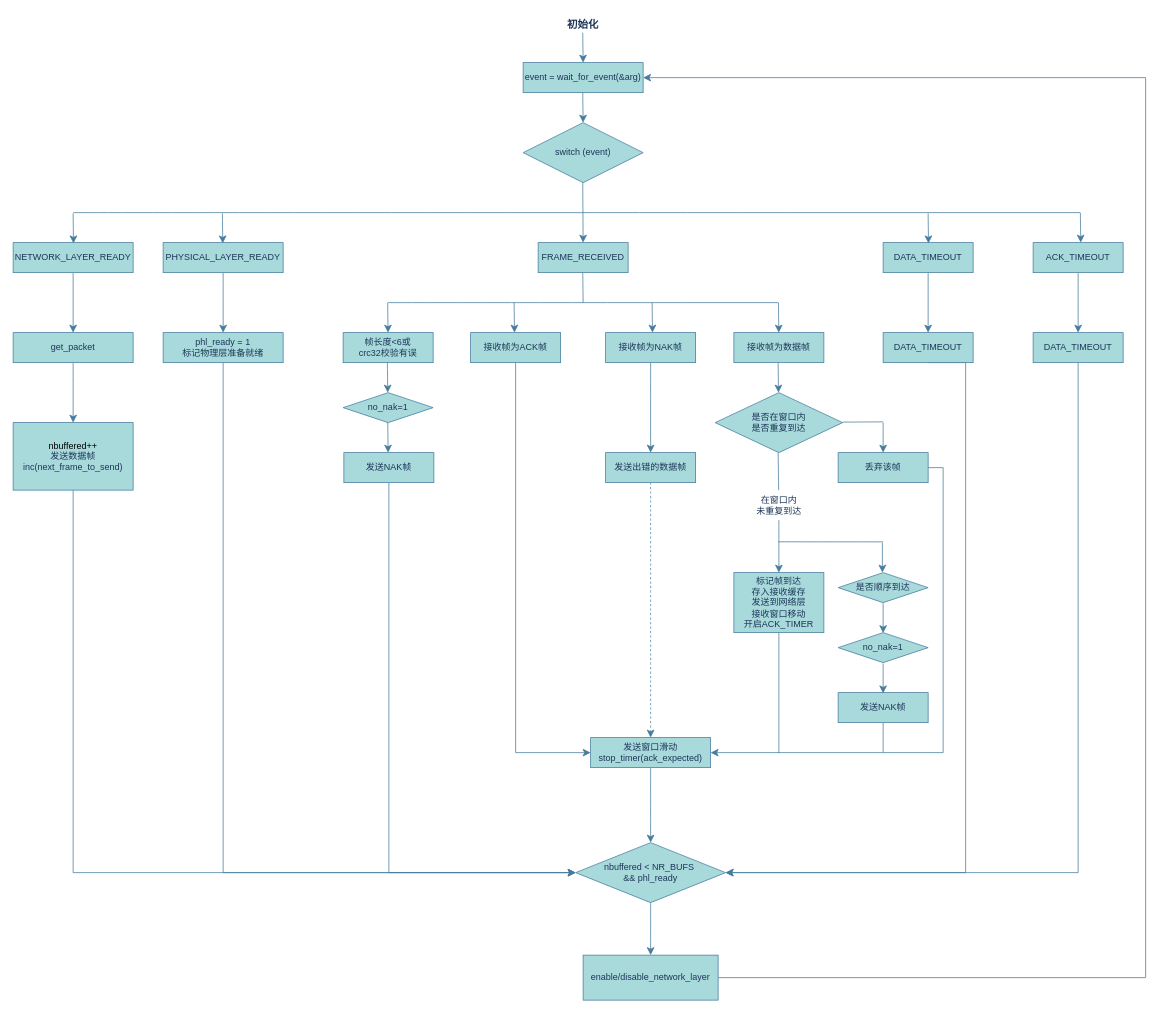
The draw.io diagram page "第 3 页" (3 of 4) of 帧结构.drawio in snssnsww7/CN-picture, before the edit. Source tidied: cells renumbered, new cells numbered last; positions are measured from the earlier drawing's top-left corner, leaving out a move shared by most shapes. Both pictures are drawn from the tidied source at 75%, with x=0, y=0 at pixel (13, 13).
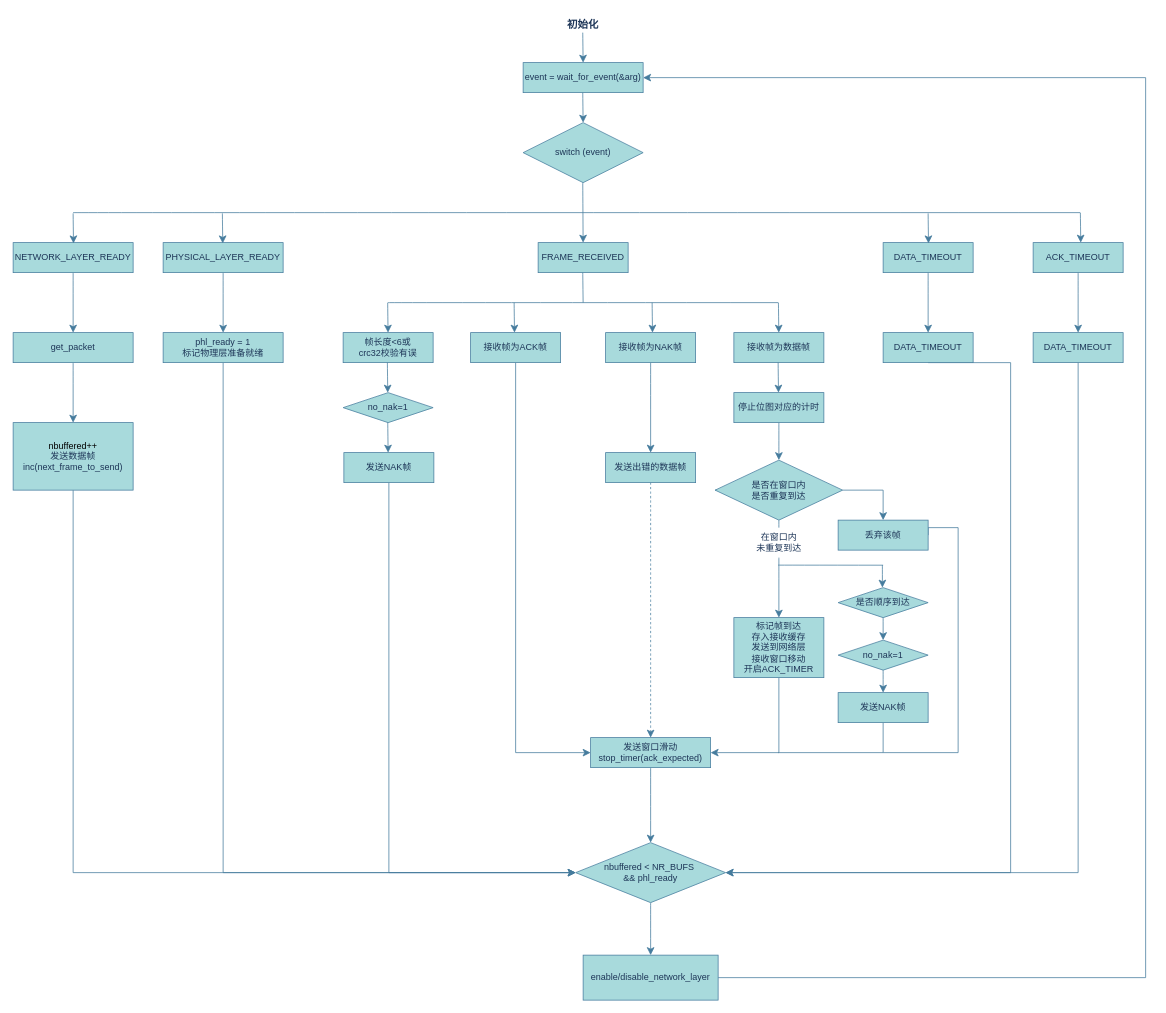
After the change.

Commit message:
更新帧结构.drawio

Unchanged cells that the change refers to:
```xml
<mxCell id="44" value="发送NAK帧" style="rounded=0;whiteSpace=wrap;html=1;labelBackgroundColor=none;fillColor=#A8DADC;strokeColor=#457B9D;fontColor=#1D3557;" parent="1" vertex="1">
  <mxGeometry x="1100" y="906" width="120" height="40" as="geometry" />
</mxCell>
<mxCell id="59" value="DATA_TIMEOUT" style="rounded=0;whiteSpace=wrap;html=1;labelBackgroundColor=none;fillColor=#A8DADC;strokeColor=#457B9D;fontColor=#1D3557;" parent="1" vertex="1">
  <mxGeometry x="1160" y="426" width="120" height="40" as="geometry" />
</mxCell>
<mxCell id="71" value="nbuffered &amp;lt; NR_BUFS&amp;nbsp;&lt;div&gt;&amp;amp;&amp;amp; phl_ready&lt;/div&gt;" style="rhombus;whiteSpace=wrap;html=1;labelBackgroundColor=none;fillColor=#A8DADC;strokeColor=#457B9D;fontColor=#1D3557;" parent="1" vertex="1">
  <mxGeometry x="750" y="1106" width="200" height="80" as="geometry" />
</mxCell>
```

Change to the diagram source:
```diff
@@
-    <mxCell id="34" value="是否在窗口内&lt;div&gt;是否重复到达&lt;/div&gt;" style="rhombus;whiteSpace=wrap;html=1;labelBackgroundColor=none;fillColor=#A8DADC;strokeColor=#457B9D;fontColor=#1D3557;" parent="1" vertex="1">
-      <mxGeometry x="936" y="506" width="170" height="80" as="geometry" />
-    </mxCell>
-    <mxCell id="35" style="endArrow=none;html=1;rounded=0;fontSize=12;startSize=8;endSize=8;curved=1;endFill=0;labelBackgroundColor=none;strokeColor=#457B9D;fontColor=default;" parent="1" edge="1" target="37">
-      <mxGeometry relative="1" as="geometry">
-        <mxPoint x="1020" y="586" as="sourcePoint" />
-      </mxGeometry>
+    <mxCell id="35" style="endArrow=none;html=1;rounded=0;fontSize=12;startSize=8;endSize=8;curved=1;endFill=0;labelBackgroundColor=none;strokeColor=#457B9D;fontColor=default;" parent="1" edge="1" source="34" target="37">
+      <mxGeometry relative="1" as="geometry" />
     </mxCell>
@@
     <mxCell id="37" value="在窗口内&lt;div&gt;未重复到达&lt;/div&gt;" style="text;html=1;whiteSpace=wrap;strokeColor=none;fillColor=none;align=center;verticalAlign=middle;rounded=0;labelBackgroundColor=none;fontColor=#1D3557;" parent="1" vertex="1">
-      <mxGeometry x="956.5" y="636" width="129" height="40" as="geometry" />
+      <mxGeometry x="956.5" y="686" width="129" height="40" as="geometry" />
     </mxCell>
-    <mxCell id="38" style="endArrow=none;html=1;rounded=0;fontSize=12;startSize=8;endSize=8;curved=1;labelBackgroundColor=none;strokeColor=#457B9D;fontColor=default;" parent="1" edge="1">
-      <mxGeometry relative="1" as="geometry">
-        <mxPoint x="1106" y="545.3" as="sourcePoint" />
-        <mxPoint x="1160" y="545" as="targetPoint" />
-      </mxGeometry>
-    </mxCell>
-    <mxCell id="39" style="endArrow=classic;html=1;rounded=0;fontSize=12;startSize=8;endSize=8;curved=1;labelBackgroundColor=none;strokeColor=#457B9D;fontColor=default;" parent="1" edge="1">
-      <mxGeometry relative="1" as="geometry">
-        <mxPoint x="1160" y="546" as="sourcePoint" />
-        <mxPoint x="1160" y="586" as="targetPoint" />
-      </mxGeometry>
-    </mxCell>
     <mxCell id="40" style="edgeStyle=orthogonalEdgeStyle;rounded=0;jettySize=auto;html=1;exitX=1;exitY=0.5;exitDx=0;exitDy=0;fontSize=12;startSize=8;endSize=8;endArrow=none;endFill=0;labelBackgroundColor=none;strokeColor=#457B9D;fontColor=default;" parent="1" edge="1" source="41">
       <mxGeometry relative="1" as="geometry">
         <mxPoint x="1160" y="986" as="targetPoint" />
         <Array as="points">
-          <mxPoint x="1240" y="606" />
-          <mxPoint x="1240" y="986" />
-          <mxPoint x="1160" y="986" />
+          <mxPoint x="1220" y="686" />
+          <mxPoint x="1260" y="686" />
+          <mxPoint x="1260" y="986" />
         </Array>
       </mxGeometry>
     </mxCell>
     <mxCell id="41" value="丢弃该帧" style="rounded=0;whiteSpace=wrap;html=1;labelBackgroundColor=none;fillColor=#A8DADC;strokeColor=#457B9D;fontColor=#1D3557;" parent="1" vertex="1">
-      <mxGeometry x="1100" y="586" width="120" height="40" as="geometry" />
+      <mxGeometry x="1100" y="676" width="120" height="40" as="geometry" />
     </mxCell>
-    <mxCell id="42" style="endArrow=classic;html=1;rounded=0;fontSize=12;startSize=8;endSize=8;curved=1;labelBackgroundColor=none;strokeColor=#457B9D;fontColor=default;" parent="1" edge="1">
-      <mxGeometry relative="1" as="geometry">
-        <mxPoint x="1160" y="786.7" as="sourcePoint" />
-        <mxPoint x="1160" y="826.7" as="targetPoint" />
-      </mxGeometry>
-    </mxCell>
@@
+    <mxCell id="76" style="edgeStyle=none;curved=1;rounded=0;jettySize=auto;html=1;exitX=0.5;exitY=1;exitDx=0;exitDy=0;entryX=0.5;entryY=0;entryDx=0;entryDy=0;strokeColor=#457B9D;fontSize=12;fontColor=#1D3557;startSize=8;endSize=8;fillColor=#A8DADC;" parent="1" edge="1" source="45" target="44">
+      <mxGeometry relative="1" as="geometry" />
+    </mxCell>
     <mxCell id="45" value="no_nak=1" style="rhombus;whiteSpace=wrap;html=1;labelBackgroundColor=none;fillColor=#A8DADC;strokeColor=#457B9D;fontColor=#1D3557;" parent="1" vertex="1">
-      <mxGeometry x="1100" y="826" width="120" height="40" as="geometry" />
+      <mxGeometry x="1100" y="836" width="120" height="40" as="geometry" />
     </mxCell>
-    <mxCell id="46" style="endArrow=classic;html=1;rounded=0;fontSize=12;startSize=8;endSize=8;curved=1;labelBackgroundColor=none;strokeColor=#457B9D;fontColor=default;" parent="1" edge="1">
-      <mxGeometry relative="1" as="geometry">
-        <mxPoint x="1160" y="867" as="sourcePoint" />
-        <mxPoint x="1160" y="907" as="targetPoint" />
-      </mxGeometry>
-    </mxCell>
+    <mxCell id="77" style="edgeStyle=none;curved=1;rounded=0;jettySize=auto;html=1;exitX=0.5;exitY=1;exitDx=0;exitDy=0;entryX=0.5;entryY=0;entryDx=0;entryDy=0;strokeColor=#457B9D;fontSize=12;fontColor=#1D3557;startSize=8;endSize=8;fillColor=#A8DADC;" parent="1" edge="1" source="47" target="45">
+      <mxGeometry relative="1" as="geometry" />
+    </mxCell>
     <mxCell id="47" value="是否顺序到达" style="rhombus;whiteSpace=wrap;html=1;labelBackgroundColor=none;fillColor=#A8DADC;strokeColor=#457B9D;fontColor=#1D3557;" parent="1" vertex="1">
-      <mxGeometry x="1100" y="746" width="120" height="40" as="geometry" />
+      <mxGeometry x="1100" y="766" width="120" height="40" as="geometry" />
     </mxCell>
@@
     <mxCell id="49" value="标记帧到达&lt;div&gt;存入接收缓存&lt;/div&gt;&lt;div&gt;发送到网络层&lt;/div&gt;&lt;div&gt;接收窗口移动&lt;/div&gt;&lt;div&gt;开启ACK_TIMER&lt;/div&gt;" style="rounded=0;whiteSpace=wrap;html=1;labelBackgroundColor=none;fillColor=#A8DADC;strokeColor=#457B9D;fontColor=#1D3557;" parent="1" vertex="1">
-      <mxGeometry x="961" y="746" width="120" height="80" as="geometry" />
+      <mxGeometry x="961" y="806" width="120" height="80" as="geometry" />
     </mxCell>
     <mxCell id="50" style="endArrow=none;html=1;rounded=0;fontSize=12;startSize=8;endSize=8;curved=1;labelBackgroundColor=none;strokeColor=#457B9D;fontColor=default;" parent="1" edge="1">
       <mxGeometry relative="1" as="geometry">
-        <mxPoint x="1020" y="704.9" as="sourcePoint" />
-        <mxPoint x="1160" y="705" as="targetPoint" />
+        <mxPoint x="1020" y="736" as="sourcePoint" />
+        <mxPoint x="1160" y="736.1" as="targetPoint" />
       </mxGeometry>
     </mxCell>
-    <mxCell id="51" style="endArrow=classic;html=1;rounded=0;fontSize=12;startSize=8;endSize=8;curved=1;labelBackgroundColor=none;strokeColor=#457B9D;fontColor=default;" parent="1" edge="1">
+    <mxCell id="51" style="endArrow=classic;html=1;rounded=0;fontSize=12;startSize=8;endSize=8;curved=1;labelBackgroundColor=none;strokeColor=#457B9D;fontColor=default;entryX=0.492;entryY=0;entryDx=0;entryDy=0;entryPerimeter=0;" parent="1" edge="1" target="47">
       <mxGeometry relative="1" as="geometry">
-        <mxPoint x="1159" y="706" as="sourcePoint" />
-        <mxPoint x="1159" y="746" as="targetPoint" />
+        <mxPoint x="1159" y="736" as="sourcePoint" />
       </mxGeometry>
     </mxCell>
@@
     <mxCell id="58" style="edgeStyle=orthogonalEdgeStyle;rounded=0;jettySize=auto;html=1;exitX=0.5;exitY=1;exitDx=0;exitDy=0;entryX=1;entryY=0.5;entryDx=0;entryDy=0;fontSize=12;startSize=8;endSize=8;labelBackgroundColor=none;strokeColor=#457B9D;fontColor=default;" parent="1" edge="1" source="59" target="71">
       <mxGeometry relative="1" as="geometry">
         <Array as="points">
-          <mxPoint x="1270" y="466" />
-          <mxPoint x="1270" y="1146" />
+          <mxPoint x="1330" y="466" />
+          <mxPoint x="1330" y="1146" />
         </Array>
       </mxGeometry>
     </mxCell>
@@
+    <mxCell id="78" style="edgeStyle=orthogonalEdgeStyle;rounded=0;jettySize=auto;html=1;exitX=1;exitY=0.5;exitDx=0;exitDy=0;entryX=0.5;entryY=0;entryDx=0;entryDy=0;strokeColor=#457B9D;fontSize=12;fontColor=#1D3557;startSize=8;endSize=8;fillColor=#A8DADC;" parent="1" edge="1" source="34" target="41">
+      <mxGeometry relative="1" as="geometry" />
+    </mxCell>
+    <mxCell id="79" style="endArrow=none;html=1;rounded=0;fontSize=12;startSize=8;endSize=8;curved=1;endFill=0;labelBackgroundColor=none;strokeColor=#457B9D;fontColor=default;" parent="1" edge="1" target="34">
+      <mxGeometry relative="1" as="geometry">
+        <mxPoint x="1020" y="636" as="sourcePoint" />
+      </mxGeometry>
+    </mxCell>
+    <mxCell id="34" value="是否在窗口内&lt;div&gt;是否重复到达&lt;/div&gt;" style="rhombus;whiteSpace=wrap;html=1;labelBackgroundColor=none;fillColor=#A8DADC;strokeColor=#457B9D;fontColor=#1D3557;" parent="1" vertex="1">
+      <mxGeometry x="936" y="596" width="170" height="80" as="geometry" />
+    </mxCell>
+    <mxCell id="80" style="edgeStyle=none;curved=1;rounded=0;jettySize=auto;html=1;exitX=0.5;exitY=1;exitDx=0;exitDy=0;entryX=0.5;entryY=0;entryDx=0;entryDy=0;strokeColor=#457B9D;fontSize=12;fontColor=#1D3557;startSize=8;endSize=8;fillColor=#A8DADC;" parent="1" edge="1" source="81" target="34">
+      <mxGeometry relative="1" as="geometry" />
+    </mxCell>
+    <mxCell id="81" value="停止位图对应的计时" style="rounded=0;whiteSpace=wrap;html=1;labelBackgroundColor=none;fillColor=#A8DADC;strokeColor=#457B9D;fontColor=#1D3557;" parent="1" vertex="1">
+      <mxGeometry x="961" y="506" width="120" height="40" as="geometry" />
+    </mxCell>
```
